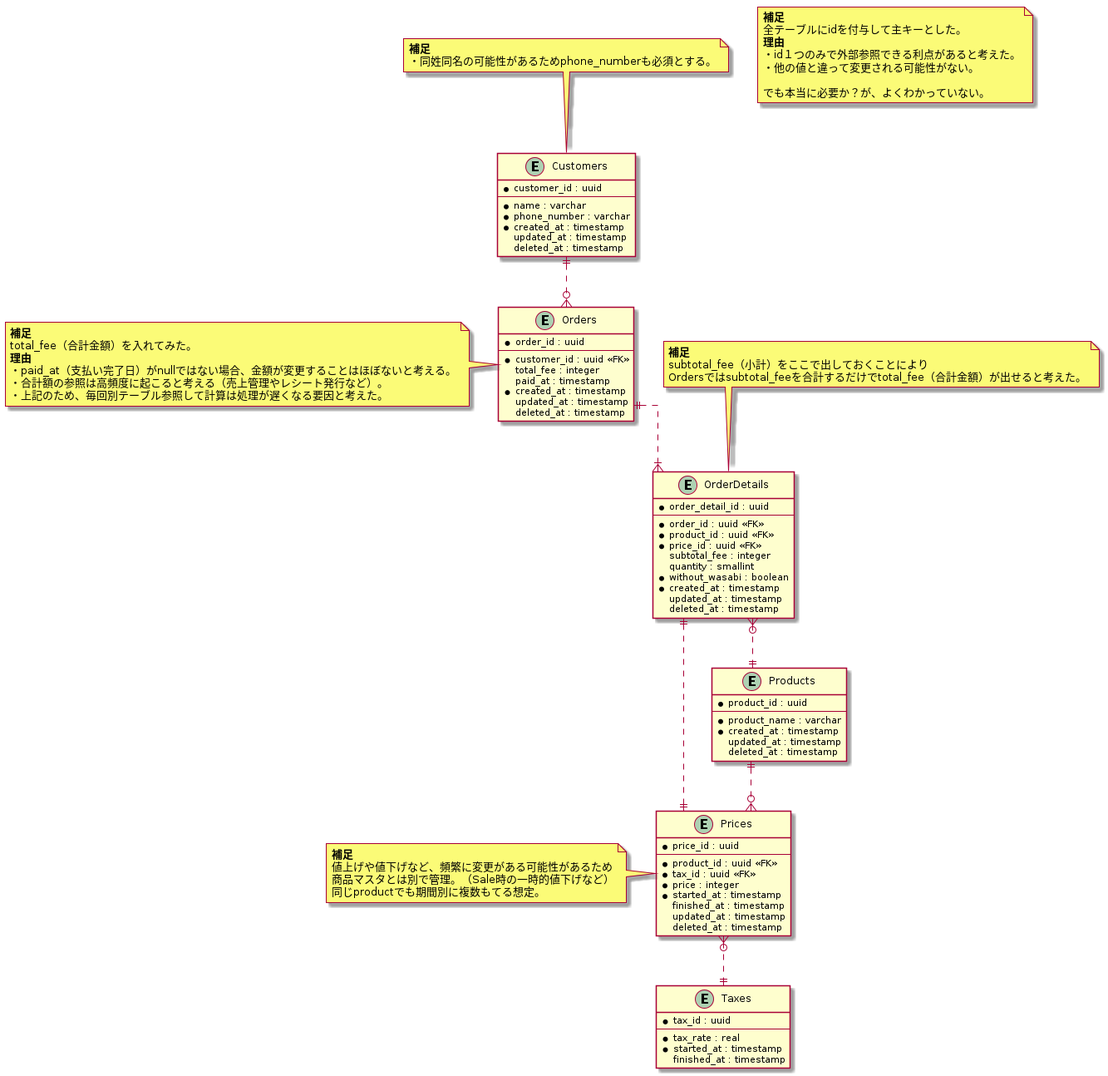
This is 01_データベース設計/01_DBモデリング1/01_課題1/sushi_ordering_schema_01.png from moritanuki/praha_challenge, a PlantUML export, as it was before one commit.
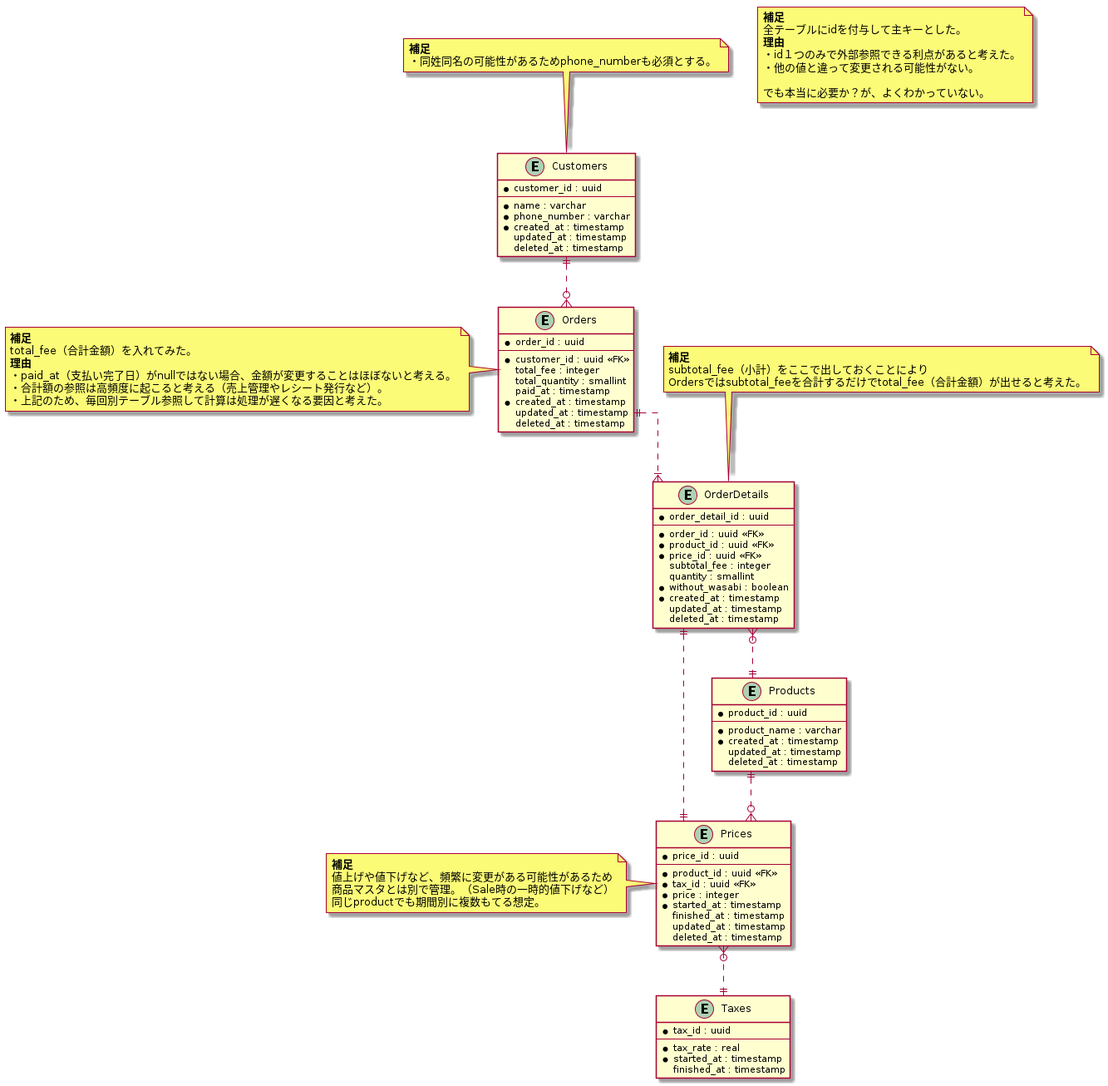
The same file after the commit.

The edit, as a diff of the source:
```diff
@@ -60,6 +60,7 @@
   --
   * customer_id : uuid <<FK>>
     total_fee : integer
+    total_quantity : smallint
     paid_at : timestamp
   * created_at : timestamp
     updated_at : timestamp
```
